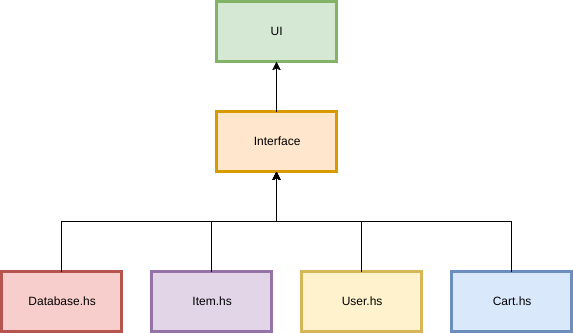
The draw.io diagram FlowChart.png in HeeMaaKhaledd/Cashier-System, before a commit. Source tidied: cells renumbered, new cells last; positions are measured from the earlier drawing's top-left corner, leaving out a move shared by most shapes. Source of this version:
```xml
<mxGraphModel background="#ffffff">
  <root>
    <mxCell id="0" style="html=1;" />
    <mxCell id="1" style="html=1;" parent="0" />
    <mxCell id="2" value="UI" style="whiteSpace=wrap;strokeWidth=3;html=1;fillColor=#d5e8d4;strokeColor=#82b366;" parent="1" vertex="1">
      <mxGeometry x="215" width="120" height="60" as="geometry" />
    </mxCell>
    <mxCell id="3" value="Interface" style="whiteSpace=wrap;strokeWidth=3;html=1;fillColor=#ffe6cc;strokeColor=#d79b00;" parent="1" vertex="1">
      <mxGeometry x="215" y="110" width="120" height="60" as="geometry" />
    </mxCell>
    <mxCell id="4" value="Database.hs" style="whiteSpace=wrap;strokeWidth=3;html=1;fillColor=#f8cecc;strokeColor=#b85450;" parent="1" vertex="1">
      <mxGeometry y="270" width="120" height="60" as="geometry" />
    </mxCell>
    <mxCell id="5" value="Item.hs" style="whiteSpace=wrap;strokeWidth=3;html=1;fillColor=#e1d5e7;strokeColor=#9673a6;" parent="1" vertex="1">
      <mxGeometry x="150" y="270" width="120" height="60" as="geometry" />
    </mxCell>
    <mxCell id="6" value="User.hs" style="whiteSpace=wrap;strokeWidth=3;html=1;fillColor=#fff2cc;strokeColor=#d6b656;" parent="1" vertex="1">
      <mxGeometry x="300" y="270" width="120" height="60" as="geometry" />
    </mxCell>
    <mxCell id="7" value="Cart.hs" style="whiteSpace=wrap;strokeWidth=3;html=1;fillColor=#dae8fc;strokeColor=#6c8ebf;" parent="1" vertex="1">
      <mxGeometry x="450" y="270" width="120" height="60" as="geometry" />
    </mxCell>
    <mxCell id="8" style="edgeStyle=elbowEdgeStyle;elbow=vertical;rounded=0;html=1;" parent="1" edge="1" source="3" target="2">
      <mxGeometry relative="1" as="geometry" />
    </mxCell>
    <mxCell id="9" style="edgeStyle=elbowEdgeStyle;elbow=vertical;rounded=0;html=1;entryX=0.5;entryY=1;" parent="1" edge="1" source="4" target="3">
      <mxGeometry relative="1" as="geometry" />
    </mxCell>
    <mxCell id="10" style="edgeStyle=elbowEdgeStyle;elbow=vertical;rounded=0;html=1;entryX=0.5;entryY=1;" parent="1" edge="1" source="5" target="3">
      <mxGeometry relative="1" as="geometry" />
    </mxCell>
    <mxCell id="11" style="edgeStyle=elbowEdgeStyle;elbow=vertical;rounded=0;html=1;entryX=0.5;entryY=1;" parent="1" edge="1" source="6" target="3">
      <mxGeometry relative="1" as="geometry" />
    </mxCell>
    <mxCell id="12" style="edgeStyle=elbowEdgeStyle;elbow=vertical;rounded=0;html=1;" parent="1" edge="1" source="7" target="3">
      <mxGeometry relative="1" as="geometry" />
    </mxCell>
  </root>
</mxGraphModel>
```
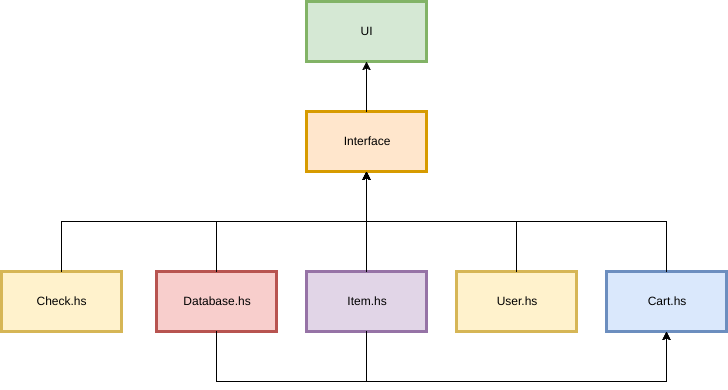
After the change.

Commit message:
renamed flow -> FlowChart

Change to the diagram source:
```diff
@@ -3,10 +3,10 @@
     <mxCell id="0" style="html=1;" />
     <mxCell id="1" style="html=1;" parent="0" />
     <mxCell id="2" value="UI" style="whiteSpace=wrap;strokeWidth=3;html=1;fillColor=#d5e8d4;strokeColor=#82b366;" parent="1" vertex="1">
-      <mxGeometry x="215" width="120" height="60" as="geometry" />
+      <mxGeometry x="150" width="120" height="60" as="geometry" />
     </mxCell>
     <mxCell id="3" value="Interface" style="whiteSpace=wrap;strokeWidth=3;html=1;fillColor=#ffe6cc;strokeColor=#d79b00;" parent="1" vertex="1">
-      <mxGeometry x="215" y="110" width="120" height="60" as="geometry" />
+      <mxGeometry x="150" y="110" width="120" height="60" as="geometry" />
     </mxCell>
     <mxCell id="4" value="Database.hs" style="whiteSpace=wrap;strokeWidth=3;html=1;fillColor=#f8cecc;strokeColor=#b85450;" parent="1" vertex="1">
       <mxGeometry y="270" width="120" height="60" as="geometry" />
@@ -35,5 +35,29 @@
     <mxCell id="12" style="edgeStyle=elbowEdgeStyle;elbow=vertical;rounded=0;html=1;" parent="1" edge="1" source="7" target="3">
       <mxGeometry relative="1" as="geometry" />
     </mxCell>
+    <mxCell id="13" style="endArrow=classic;html=1;exitX=0.5;exitY=1;entryX=0.5;entryY=1;rounded=0;" parent="1" edge="1" source="4" target="7">
+      <mxGeometry relative="1" as="geometry">
+        <Array as="points">
+          <mxPoint x="60" y="380" />
+          <mxPoint x="510" y="380" />
+        </Array>
+      </mxGeometry>
+    </mxCell>
+    <mxCell id="14" style="endArrow=classic;html=1;exitX=0.5;exitY=1;entryX=0.5;entryY=1;rounded=0;" parent="1" edge="1" source="5" target="7">
+      <mxGeometry relative="1" as="geometry">
+        <Array as="points">
+          <mxPoint x="210" y="380" />
+          <mxPoint x="510" y="380" />
+        </Array>
+      </mxGeometry>
+    </mxCell>
+    <mxCell id="15" value="Check.hs" style="whiteSpace=wrap;strokeWidth=3;html=1;fillColor=#fff2cc;strokeColor=#d6b656;" parent="1" vertex="1">
+      <mxGeometry x="-155" y="270" width="120" height="60" as="geometry" />
+    </mxCell>
+    <mxCell id="16" style="edgeStyle=elbowEdgeStyle;elbow=vertical;rounded=0;html=1;entryX=0.5;entryY=1;" parent="1" edge="1" target="3">
+      <mxGeometry x="200" y="210" as="geometry">
+        <mxPoint x="-95" y="270" as="sourcePoint" />
+      </mxGeometry>
+    </mxCell>
   </root>
 </mxGraphModel>
```
